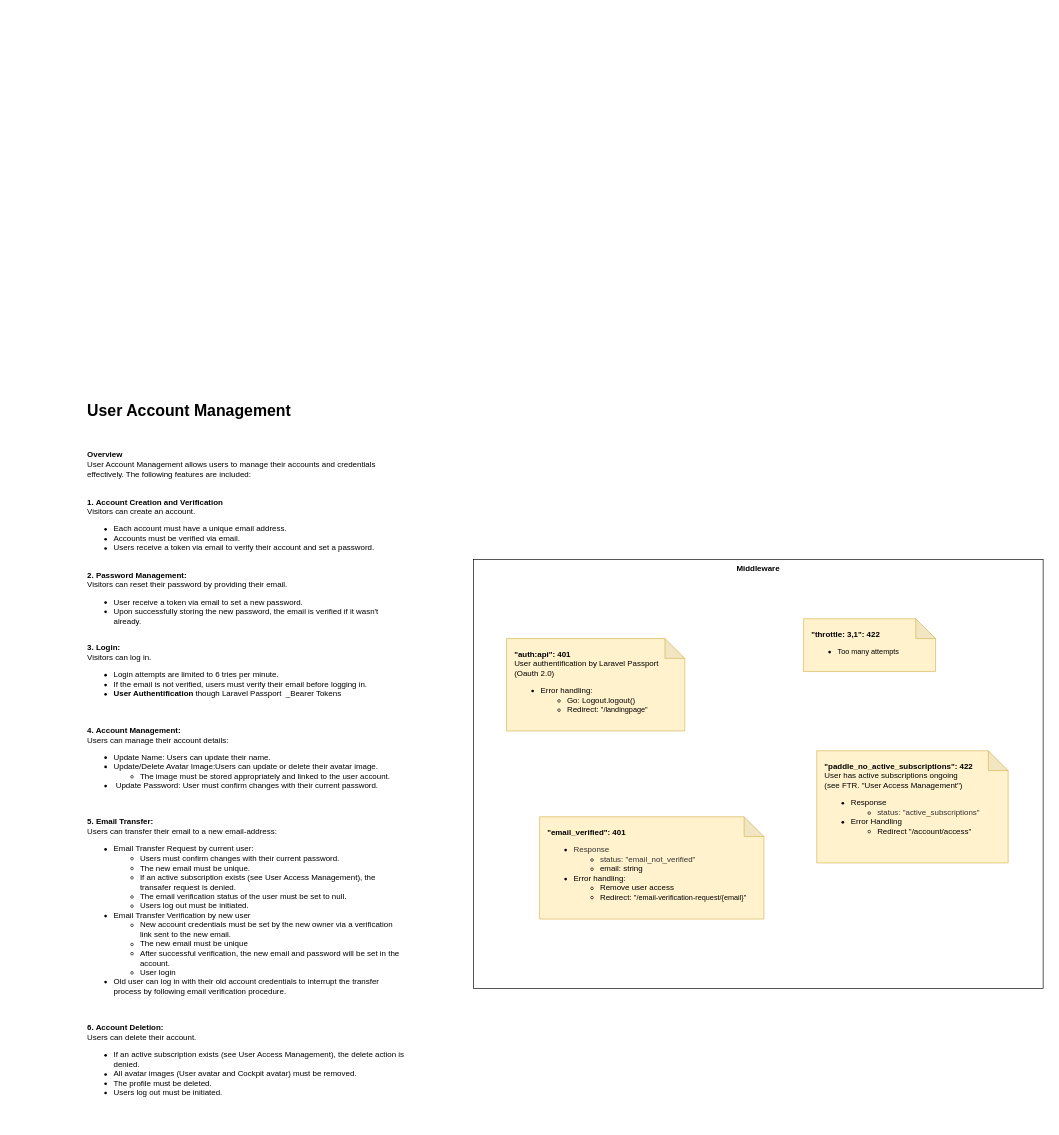
Before: page "Feature Overview" (1 of 7) of docs/Feature Defintions/01 - User Account Management.drawio in CarlsonBuma/app-template, a draw.io diagram. Source tidied: cells renumbered, new cells numbered last; positions are measured from the earlier drawing's top-left corner, leaving out a move shared by most shapes. Both pictures are drawn from the tidied source at 66%, with x=0, y=0 at pixel (84, 397).
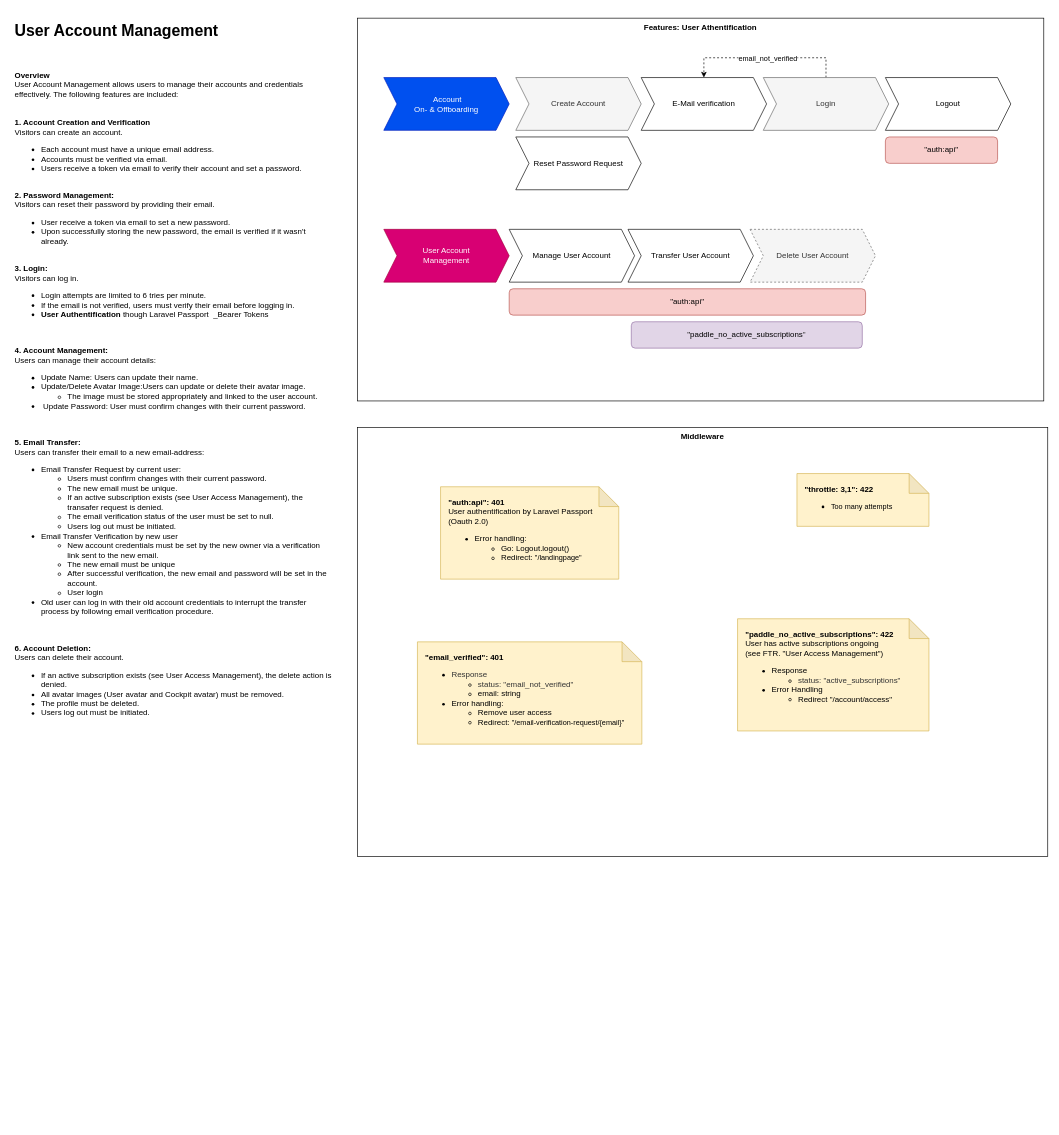
Above is the later version.

What changed in the source:
```diff
@@
     <mxCell id="2" value="&lt;b&gt;Middleware&lt;/b&gt;" style="rounded=0;whiteSpace=wrap;html=1;verticalAlign=top;" parent="1" vertex="1">
-      <mxGeometry x="590" y="245" width="863" height="650" as="geometry" />
+      <mxGeometry x="414" y="45" width="1046" height="650" as="geometry" />
     </mxCell>
     <mxCell id="3" value="&lt;h1&gt;User Account Management&lt;/h1&gt;&lt;div&gt;&lt;br&gt;&lt;/div&gt;&lt;div&gt;&lt;br&gt;&lt;/div&gt;&lt;div&gt;&lt;b&gt;Overview&lt;/b&gt;&lt;br style=&quot;border-color: var(--border-color); padding: 0px; margin: 0px;&quot;&gt;User Account Management allows users to manage their accounts and credentials effectively. The following features are included:&lt;br style=&quot;border-color: var(--border-color); padding: 0px; margin: 0px;&quot;&gt;&lt;br style=&quot;border-color: var(--border-color); padding: 0px; margin: 0px;&quot;&gt;&lt;br style=&quot;border-color: var(--border-color); padding: 0px; margin: 0px;&quot;&gt;&lt;b&gt;1. Account Creation and Verification&lt;/b&gt;&lt;/div&gt;&lt;div&gt;&lt;span style=&quot;background-color: initial;&quot;&gt;Visitors can create an account.&lt;/span&gt;&lt;ul&gt;&lt;li&gt;Each account must have a unique email address.&lt;/li&gt;&lt;li&gt;Accounts must be verified via email.&lt;/li&gt;&lt;li&gt;Users receive a token via email to verify their account and set a password.&lt;/li&gt;&lt;/ul&gt;&lt;br style=&quot;border-color: var(--border-color); padding: 0px; margin: 0px;&quot;&gt;&lt;b&gt;2. Password Management:&lt;/b&gt;&lt;/div&gt;&lt;div&gt;&lt;span style=&quot;background-color: initial;&quot;&gt;Visitors can reset their password by providing their email.&lt;/span&gt;&lt;ul&gt;&lt;li&gt;User receive a token via email to set a new password.&lt;/li&gt;&lt;li&gt;Upon successfully storing the new password, the email is verified if it wasn't already.&lt;/li&gt;&lt;/ul&gt;&lt;br style=&quot;border-color: var(--border-color); padding: 0px; margin: 0px;&quot;&gt;&lt;b&gt;3. Login:&lt;/b&gt;&lt;/div&gt;&lt;div&gt;&lt;span style=&quot;background-color: initial;&quot;&gt;Visitors can log in.&lt;/span&gt;&lt;ul&gt;&lt;li&gt;Login attempts are limited to 6 tries per minute.&lt;/li&gt;&lt;li&gt;If the email is not verified, users must verify their email before logging in.&lt;/li&gt;&lt;li style=&quot;border-color: var(--border-color);&quot;&gt;&lt;b&gt;User Authentification&lt;/b&gt; though Laravel Passport&amp;nbsp; _Bearer Tokens&lt;/li&gt;&lt;/ul&gt;&lt;div&gt;&lt;br&gt;&lt;/div&gt;&lt;br style=&quot;border-color: var(--border-color); padding: 0px; margin: 0px;&quot;&gt;&lt;b&gt;4. Account Management:&lt;/b&gt;&lt;/div&gt;&lt;div&gt;&lt;span style=&quot;background-color: initial;&quot;&gt;Users can manage their account details:&lt;/span&gt;&lt;ul&gt;&lt;li&gt;Update Name: Users can update their name.&lt;/li&gt;&lt;li&gt;Update/Delete Avatar Image:Users can update or delete their avatar image.&amp;nbsp;&lt;/li&gt;&lt;ul&gt;&lt;li&gt;The image must be stored appropriately and linked to the user account.&lt;/li&gt;&lt;/ul&gt;&lt;li&gt;&amp;nbsp;Update Password: User must confirm changes with their current password.&lt;/li&gt;&lt;/ul&gt;&lt;div&gt;&lt;br&gt;&lt;/div&gt;&lt;br style=&quot;border-color: var(--border-color); padding: 0px; margin: 0px;&quot;&gt;&lt;b&gt;5. Email Transfer:&lt;/b&gt;&lt;/div&gt;&lt;div&gt;&lt;span style=&quot;background-color: initial;&quot;&gt;Users can transfer their email to a new email-address:&lt;/span&gt;&lt;ul&gt;&lt;li&gt;Email Transfer Request by current user:&lt;/li&gt;&lt;ul&gt;&lt;li&gt;Users must confirm changes with their current password.&lt;/li&gt;&lt;li&gt;The new email must be unique.&lt;/li&gt;&lt;li style=&quot;border-color: var(--border-color);&quot;&gt;If an active subscription exists (see User Access Management), the transafer request is denied.&lt;/li&gt;&lt;li style=&quot;border-color: var(--border-color);&quot;&gt;The email verification status of the user must be set to null.&lt;/li&gt;&lt;li style=&quot;border-color: var(--border-color);&quot;&gt;Users log out must be initiated.&lt;/li&gt;&lt;/ul&gt;&lt;li&gt;Email Transfer Verification by new user&lt;/li&gt;&lt;ul&gt;&lt;li&gt;New account credentials must be set by the new owner via a verification link sent to the new email.&lt;/li&gt;&lt;li&gt;The new email must be unique&lt;/li&gt;&lt;li&gt;After successful verification, the new email and password will be set in the account.&lt;/li&gt;&lt;li&gt;User login&lt;/li&gt;&lt;/ul&gt;&lt;li&gt;Old user can log in with their old account credentials to interrupt the transfer process by following email verification procedure.&lt;/li&gt;&lt;/ul&gt;&lt;div&gt;&lt;br&gt;&lt;/div&gt;&lt;br style=&quot;border-color: var(--border-color); padding: 0px; margin: 0px;&quot;&gt;&lt;b&gt;6. Account Deletion:&lt;/b&gt;&lt;/div&gt;&lt;div&gt;&lt;span style=&quot;background-color: initial;&quot;&gt;Users can delete their account.&lt;/span&gt;&lt;ul&gt;&lt;li&gt;If an active subscription exists (see User Access Management), the delete action is denied.&lt;/li&gt;&lt;li&gt;All avatar images (User avatar and Cockpit avatar) must be removed.&lt;/li&gt;&lt;li&gt;The profile must be deleted.&lt;/li&gt;&lt;li&gt;Users log out must be initiated.&lt;/li&gt;&lt;/ul&gt;&lt;/div&gt;" style="text;html=1;strokeColor=none;fillColor=none;spacing=5;spacingTop=-20;whiteSpace=wrap;overflow=hidden;rounded=0;" parent="1" vertex="1">
-      <mxGeometry width="490" height="1100" as="geometry" />
+      <mxGeometry x="-110" y="-575" width="490" height="1100" as="geometry" />
     </mxCell>
     <mxCell id="4" value="&lt;b&gt;&quot;email_verified&quot;: 401&lt;/b&gt;&lt;br&gt;&lt;ul&gt;&lt;li&gt;&lt;span style=&quot;color: rgb(51, 51, 51);&quot;&gt;Response&lt;/span&gt;&lt;/li&gt;&lt;ul&gt;&lt;li&gt;&lt;span style=&quot;color: rgb(51, 51, 51);&quot;&gt;status: &quot;email_not_verified&quot;&lt;/span&gt;&lt;/li&gt;&lt;li&gt;email: string&lt;/li&gt;&lt;/ul&gt;&lt;li&gt;Error handling:&lt;/li&gt;&lt;ul&gt;&lt;li&gt;Remove user access&lt;/li&gt;&lt;li style=&quot;border-color: var(--border-color);&quot;&gt;Redirect:&amp;nbsp;&lt;span style=&quot;border-color: var(--border-color); font-size: 11px;&quot;&gt;&quot;/email-verification-request/{email}&quot;&lt;/span&gt;&lt;/li&gt;&lt;/ul&gt;&lt;/ul&gt;" style="shape=note;whiteSpace=wrap;html=1;backgroundOutline=1;darkOpacity=0.05;align=left;verticalAlign=top;spacing=12;fillColor=#fff2cc;strokeColor=#d6b656;" parent="1" vertex="1">
-      <mxGeometry x="690" y="635" width="340" height="155" as="geometry" />
+      <mxGeometry x="505" y="370" width="340" height="155" as="geometry" />
     </mxCell>
     <mxCell id="5" value="&lt;b&gt;&quot;auth:api&quot;:&amp;nbsp;&lt;/b&gt;&lt;b style=&quot;border-color: var(--border-color);&quot;&gt;401&lt;/b&gt;&lt;b&gt;&lt;br&gt;&lt;/b&gt;User authentification by Laravel Passport (Oauth 2.0)&lt;br&gt;&lt;ul&gt;&lt;li&gt;&lt;span style=&quot;background-color: initial;&quot;&gt;Error handling:&lt;/span&gt;&lt;/li&gt;&lt;ul&gt;&lt;li&gt;&lt;span style=&quot;background-color: initial;&quot;&gt;Go: Logout.logout()&lt;/span&gt;&lt;/li&gt;&lt;li&gt;&lt;span style=&quot;background-color: initial;&quot;&gt;Redirect:&amp;nbsp;&lt;/span&gt;&lt;span style=&quot;background-color: initial; border-color: var(--border-color); font-size: 11px;&quot;&gt;&quot;/landingpage&quot;&lt;/span&gt;&lt;/li&gt;&lt;/ul&gt;&lt;/ul&gt;" style="shape=note;whiteSpace=wrap;html=1;backgroundOutline=1;darkOpacity=0.05;align=left;verticalAlign=top;spacing=12;fillColor=#fff2cc;strokeColor=#d6b656;" parent="1" vertex="1">
-      <mxGeometry x="640" y="365" width="270" height="140" as="geometry" />
+      <mxGeometry x="540" y="135" width="270" height="140" as="geometry" />
     </mxCell>
     <mxCell id="6" value="&lt;b&gt;&quot;throttle: 3,1&quot;: 422&lt;br&gt;&lt;/b&gt;&lt;ul&gt;&lt;li&gt;&lt;span style=&quot;font-size: 11px;&quot;&gt;Too many attempts&lt;/span&gt;&lt;/li&gt;&lt;/ul&gt;" style="shape=note;whiteSpace=wrap;html=1;backgroundOutline=1;darkOpacity=0.05;align=left;verticalAlign=top;spacing=12;fillColor=#fff2cc;strokeColor=#d6b656;" parent="1" vertex="1">
-      <mxGeometry x="1090" y="335" width="200" height="80" as="geometry" />
+      <mxGeometry x="1080" y="115" width="200" height="80" as="geometry" />
     </mxCell>
     <mxCell id="7" value="&lt;b&gt;&quot;paddle_no_active_subscriptions&quot;: 422&lt;/b&gt;&lt;br&gt;User has active subscriptions ongoing &lt;br&gt;(see FTR. &quot;User Access Management&quot;)&lt;br&gt;&lt;ul&gt;&lt;li style=&quot;border-color: var(--border-color);&quot;&gt;Response&lt;/li&gt;&lt;ul style=&quot;border-color: var(--border-color);&quot;&gt;&lt;li style=&quot;border-color: var(--border-color);&quot;&gt;&lt;span style=&quot;border-color: var(--border-color); color: rgb(51, 51, 51);&quot;&gt;status: &quot;active_subscriptions&quot;&lt;/span&gt;&lt;/li&gt;&lt;/ul&gt;&lt;li&gt;Error Handling&lt;/li&gt;&lt;ul&gt;&lt;li style=&quot;border-color: var(--border-color);&quot;&gt;Redirect &quot;/account/access&quot;&lt;/li&gt;&lt;/ul&gt;&lt;/ul&gt;" style="shape=note;whiteSpace=wrap;html=1;backgroundOutline=1;darkOpacity=0.05;align=left;verticalAlign=top;spacing=12;fillColor=#fff2cc;strokeColor=#d6b656;" parent="1" vertex="1">
-      <mxGeometry x="1110" y="535" width="290" height="170" as="geometry" />
+      <mxGeometry x="990" y="335" width="290" height="170" as="geometry" />
     </mxCell>
+    <mxCell id="8" value="Features: User Athentification" style="rounded=0;whiteSpace=wrap;html=1;verticalAlign=top;fontStyle=1;" parent="1" vertex="1">
+      <mxGeometry x="414" y="-575" width="1040" height="580" as="geometry" />
+    </mxCell>
+    <mxCell id="9" value="Create Account" style="shape=step;perimeter=stepPerimeter;whiteSpace=wrap;html=1;fixedSize=1;fillColor=#f5f5f5;fontColor=#333333;strokeColor=#666666;" parent="1" vertex="1">
+      <mxGeometry x="654" y="-485" width="190" height="80" as="geometry" />
+    </mxCell>
+    <mxCell id="10" value="E-Mail verification" style="shape=step;perimeter=stepPerimeter;whiteSpace=wrap;html=1;fixedSize=1;" parent="1" vertex="1">
+      <mxGeometry x="844" y="-485" width="190" height="80" as="geometry" />
+    </mxCell>
+    <mxCell id="11" style="edgeStyle=orthogonalEdgeStyle;rounded=0;jettySize=auto;html=1;entryX=0.5;entryY=0;entryDx=0;entryDy=0;dashed=1;" parent="1" edge="1" source="13" target="10">
+      <mxGeometry relative="1" as="geometry">
+        <Array as="points">
+          <mxPoint x="1124" y="-515" />
+          <mxPoint x="939" y="-515" />
+        </Array>
+      </mxGeometry>
+    </mxCell>
+    <mxCell id="12" value="email_not_verified" style="edgeLabel;html=1;align=center;verticalAlign=middle;" parent="11" vertex="1">
+      <mxGeometry x="-0.12" y="1" relative="1" as="geometry">
+        <mxPoint x="-11" as="offset" />
+      </mxGeometry>
+    </mxCell>
+    <mxCell id="13" value="Login" style="shape=step;perimeter=stepPerimeter;whiteSpace=wrap;html=1;fixedSize=1;fillColor=#f5f5f5;fontColor=#333333;strokeColor=#666666;" parent="1" vertex="1">
+      <mxGeometry x="1029" y="-485" width="190" height="80" as="geometry" />
+    </mxCell>
+    <mxCell id="14" value="&amp;nbsp;Account&lt;br&gt;On- &amp;amp; Offboarding" style="shape=step;perimeter=stepPerimeter;whiteSpace=wrap;html=1;fixedSize=1;fillColor=#0050ef;strokeColor=#001DBC;fontColor=#ffffff;" parent="1" vertex="1">
+      <mxGeometry x="454" y="-485" width="190" height="80" as="geometry" />
+    </mxCell>
+    <mxCell id="15" value="Logout" style="shape=step;perimeter=stepPerimeter;whiteSpace=wrap;html=1;fixedSize=1;" parent="1" vertex="1">
+      <mxGeometry x="1214" y="-485" width="190" height="80" as="geometry" />
+    </mxCell>
+    <mxCell id="16" value="Reset Password Request" style="shape=step;perimeter=stepPerimeter;whiteSpace=wrap;html=1;fixedSize=1;" parent="1" vertex="1">
+      <mxGeometry x="654" y="-395" width="190" height="80" as="geometry" />
+    </mxCell>
+    <mxCell id="17" value="Manage User Account" style="shape=step;perimeter=stepPerimeter;whiteSpace=wrap;html=1;fixedSize=1;" parent="1" vertex="1">
+      <mxGeometry x="644" y="-255" width="190" height="80" as="geometry" />
+    </mxCell>
+    <mxCell id="18" value="Transfer User Account" style="shape=step;perimeter=stepPerimeter;whiteSpace=wrap;html=1;fixedSize=1;" parent="1" vertex="1">
+      <mxGeometry x="824" y="-255" width="190" height="80" as="geometry" />
+    </mxCell>
+    <mxCell id="19" value="Delete User Account" style="shape=step;perimeter=stepPerimeter;whiteSpace=wrap;html=1;fixedSize=1;fillColor=#f5f5f5;strokeColor=#666666;fontColor=#333333;dashed=1;" parent="1" vertex="1">
+      <mxGeometry x="1009" y="-255" width="190" height="80" as="geometry" />
+    </mxCell>
+    <mxCell id="20" value="User Account&lt;br&gt;Management" style="shape=step;perimeter=stepPerimeter;whiteSpace=wrap;html=1;fixedSize=1;fillColor=#d80073;strokeColor=#A50040;fontColor=#ffffff;" parent="1" vertex="1">
+      <mxGeometry x="454" y="-255" width="190" height="80" as="geometry" />
+    </mxCell>
+    <mxCell id="21" value="&quot;auth:api&quot;" style="rounded=1;whiteSpace=wrap;html=1;fillColor=#f8cecc;strokeColor=#b85450;" parent="1" vertex="1">
+      <mxGeometry x="644" y="-165" width="540" height="40" as="geometry" />
+    </mxCell>
+    <mxCell id="22" value="&quot;paddle_no_active_subscriptions&lt;span style=&quot;border-color: var(--border-color); color: rgb(51, 51, 51); background-color: initial;&quot;&gt;&quot;&lt;/span&gt;" style="rounded=1;whiteSpace=wrap;html=1;fillColor=#e1d5e7;strokeColor=#9673a6;" parent="1" vertex="1">
+      <mxGeometry x="829" y="-115" width="350" height="40" as="geometry" />
+    </mxCell>
+    <mxCell id="23" value="&quot;auth:api&quot;" style="rounded=1;whiteSpace=wrap;html=1;fillColor=#f8cecc;strokeColor=#b85450;" parent="1" vertex="1">
+      <mxGeometry x="1214" y="-395" width="170" height="40" as="geometry" />
+    </mxCell>
```
